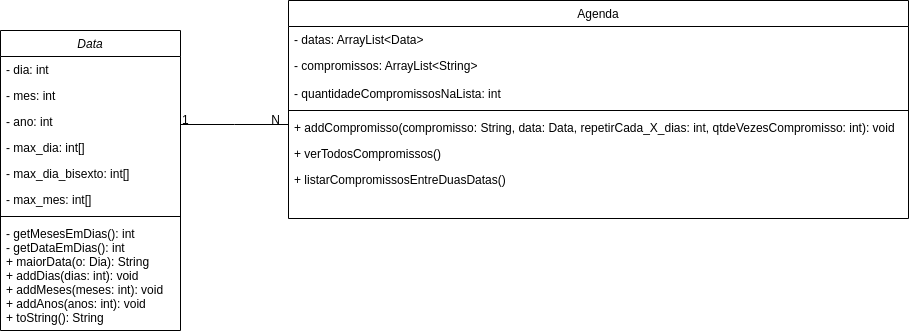
Earlier version of the draw.io export docs/diagramas/Diagrama.drawio.png (DisciplinasProgramacao/projeto1-grupo-6). Source tidied: cells renumbered, new cells last; positions are measured from the earlier drawing's top-left corner, leaving out a move shared by most shapes.
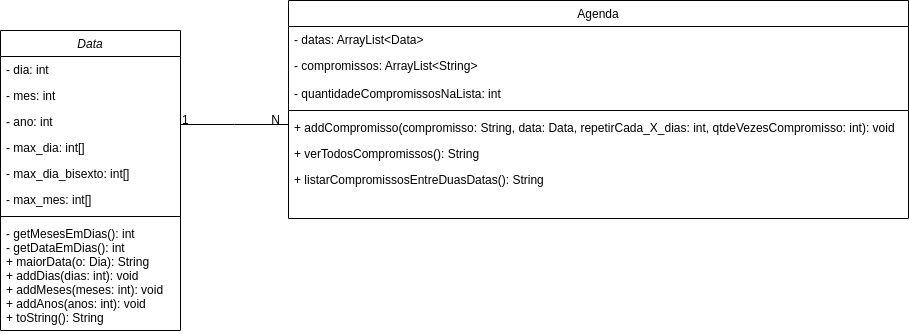
After the change.

Diff of the diagram source:
```diff
@@ -47,10 +47,10 @@
     <mxCell id="16" value="+ addCompromisso(compromisso: String, data: Data, repetirCada_X_dias: int, qtdeVezesCompromisso: int): void" style="text;align=left;verticalAlign=top;spacingLeft=4;spacingRight=4;overflow=hidden;" parent="11" vertex="1">
       <mxGeometry y="114" width="620" height="26" as="geometry" />
     </mxCell>
-    <mxCell id="17" value="+ verTodosCompromissos() " style="text;align=left;verticalAlign=top;spacingLeft=4;spacingRight=4;overflow=hidden;" parent="11" vertex="1">
+    <mxCell id="17" value="+ verTodosCompromissos(): String" style="text;align=left;verticalAlign=top;spacingLeft=4;spacingRight=4;overflow=hidden;" parent="11" vertex="1">
       <mxGeometry y="140" width="620" height="26" as="geometry" />
     </mxCell>
-    <mxCell id="18" value="+ listarCompromissosEntreDuasDatas() " style="text;align=left;verticalAlign=top;spacingLeft=4;spacingRight=4;overflow=hidden;" parent="11" vertex="1">
+    <mxCell id="18" value="+ listarCompromissosEntreDuasDatas(): String&#10;" style="text;align=left;verticalAlign=top;spacingLeft=4;spacingRight=4;overflow=hidden;" parent="11" vertex="1">
       <mxGeometry y="166" width="620" height="26" as="geometry" />
     </mxCell>
     <mxCell id="19" style="endArrow=none;shadow=0;strokeWidth=1;rounded=0;endFill=0;edgeStyle=elbowEdgeStyle;elbow=vertical;strokeColor=default;" parent="1" edge="1" source="2" target="11">
```
